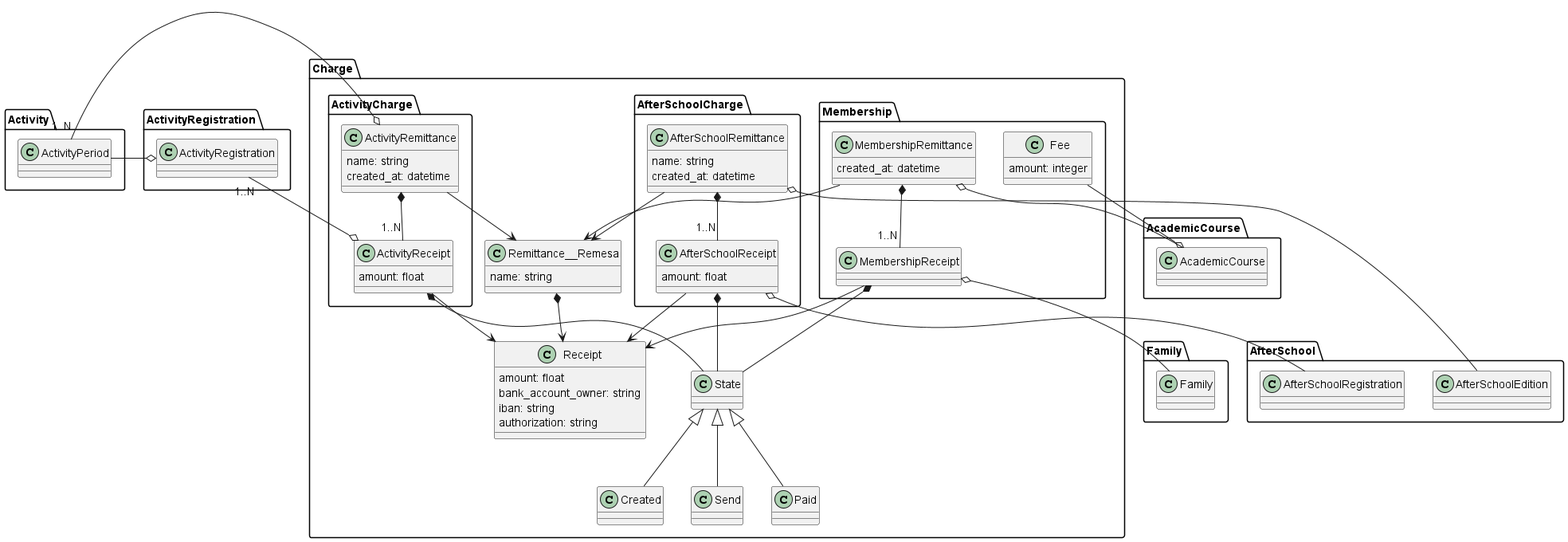
Before: doc/DomainModelDiagram/ChargePackage/ChargePackage.png, a diagram exported from PlantUML (IgnacioMaestro/ampa-manager).
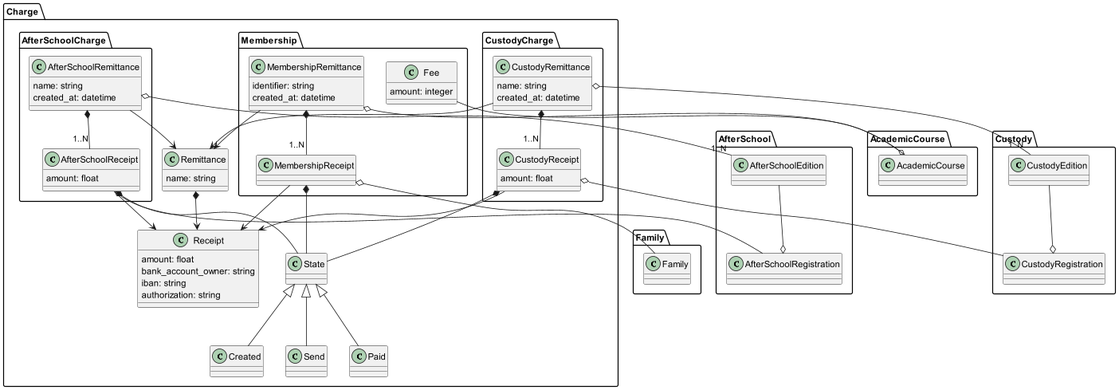
The same file after the commit.

Diff of the diagram source:
```diff
@@ -2,20 +2,12 @@
 package Charge{
     package Membership{
         class MembershipRemittance {
+            identifier: string
             created_at: datetime
         }
         class MembershipReceipt
         class Fee{
             amount: integer
-        }
-    }
-    package ActivityCharge{
-        class ActivityRemittance{
-            name: string
-            created_at: datetime
-        }
-        class ActivityReceipt {
-            amount: float
         }
     }
     package AfterSchoolCharge{
@@ -24,6 +16,15 @@
             created_at: datetime
         }
         class AfterSchoolReceipt {
+            amount: float
+        }
+    }
+    package CustodyCharge{
+        class CustodyRemittance{
+            name: string
+            created_at: datetime
+        }
+        class CustodyReceipt {
             amount: float
         }
     }
@@ -37,7 +38,7 @@
     State <|-- Send
     State <|-- Paid
 
-    class Remittance__Remesa {
+    class Remittance {
         name: string
     }
     class Receipt {
@@ -47,35 +48,22 @@
         authorization: string
     }
 
-    Remittance__Remesa *--> Receipt
-    ActivityReceipt --> Receipt
-    ActivityRemittance --> Remittance__Remesa
+    Remittance *--> Receipt
+
     MembershipReceipt --> Receipt
-    MembershipRemittance --> Remittance__Remesa
+    MembershipRemittance --> Remittance
     AfterSchoolReceipt --> Receipt
-    AfterSchoolRemittance --> Remittance__Remesa
+    AfterSchoolRemittance --> Remittance
+    CustodyReceipt --> Receipt
+    CustodyRemittance --> Remittance
 
-    ActivityReceipt *-- State
-    ActivityRemittance *-- "1..N" ActivityReceipt
     MembershipReceipt *-- State
     MembershipRemittance *-- "1..N" MembershipReceipt
     AfterSchoolReceipt *-- State
     AfterSchoolRemittance *-- "1..N" AfterSchoolReceipt
+    CustodyReceipt *-- State
+    CustodyRemittance *-- "1..N" CustodyReceipt
 }
-
-package Activity{
-    class ActivityPeriod
-}
-
-ActivityPeriod "1..N" -right-o ActivityRemittance
-
-package ActivityRegistration {
-    class ActivityRegistration
-}
-
-ActivityRegistration "1..N" --o ActivityReceipt
-
-ActivityRegistration o--left ActivityPeriod
 
 package AcademicCourse{
     class AcademicCourse
@@ -93,6 +81,14 @@
     class AfterSchoolEdition
     class AfterSchoolRegistration
 }
-AfterSchoolRemittance o-- AfterSchoolEdition
+AfterSchoolRemittance o-- "1..N" AfterSchoolEdition
 AfterSchoolReceipt o-- AfterSchoolRegistration
+AfterSchoolEdition --o AfterSchoolRegistration
+package Custody{
+    class CustodyEdition
+    class CustodyRegistration
+}
+CustodyRemittance o-- "1..N" CustodyEdition
+CustodyReceipt o-- CustodyRegistration
+CustodyEdition --o CustodyRegistration
 @enduml
```
